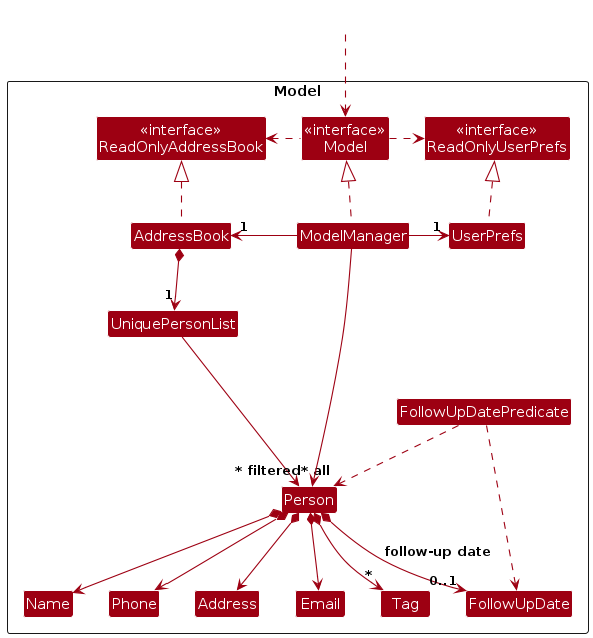
This is diagrams/ModelClassDiagram.png from AY2627S1-CS2103T-F12-2/tp, a PlantUML export, as it was before one commit. Its source is kept beside it as diagrams/ModelClassDiagram.puml.
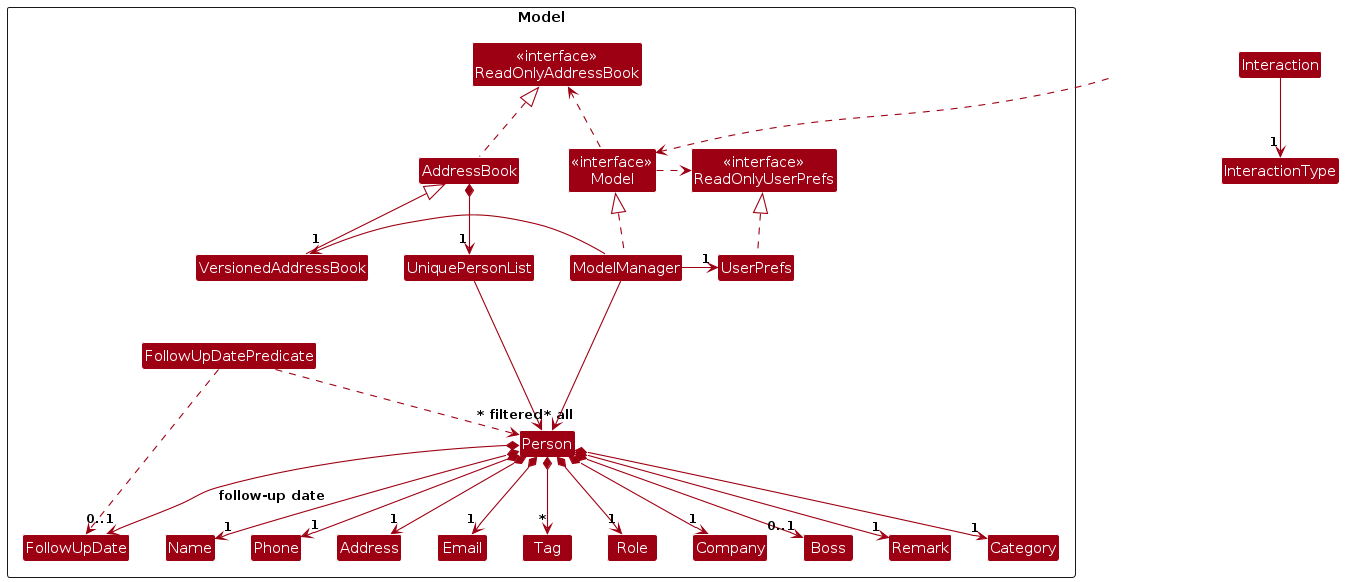
Above is the later version.

What changed in the source:
```diff
@@ -9,6 +9,7 @@
 Class "<<interface>>\nReadOnlyUserPrefs" as ReadOnlyUserPrefs
 Class "<<interface>>\nModel" as Model
 Class AddressBook
+Class VersionedAddressBook
 Class ModelManager
 Class UserPrefs
 
@@ -19,6 +20,11 @@
 Class Name
 Class Phone
 Class Tag
+Class Role
+Class Company
+Class Boss
+Class Remark
+Class Category
 Class FollowUpDate
 Class FollowUpDatePredicate
 
@@ -33,18 +39,26 @@
 ModelManager .up.|> Model
 Model .right.> ReadOnlyUserPrefs
 Model .left.> ReadOnlyAddressBook
-ModelManager -left-> "1" AddressBook
+ModelManager -left-> "1" VersionedAddressBook
 ModelManager -right-> "1" UserPrefs
 UserPrefs .up.|> ReadOnlyUserPrefs
+VersionedAddressBook -up-|> AddressBook
 
 AddressBook *--> "1" UniquePersonList
 UniquePersonList --> "~* all" Person
-Person *--> Name
-Person *--> Phone
-Person *--> Email
-Person *--> Address
+Person *--> "1" Name
+Person *--> "1" Phone
+Person *--> "1" Email
+Person *--> "1" Address
 Person *--> "*" Tag
+Person *--> "1" Role
+Person *--> "1" Company
+Person *--> "0..1" Boss
+Person *--> "1" Remark
+Person *--> "1" Category
 Person *--> "0..1" FollowUpDate : follow-up date
+
+Interaction --> "1" InteractionType
 
 FollowUpDatePredicate ..> FollowUpDate
 FollowUpDatePredicate ..> Person
```
